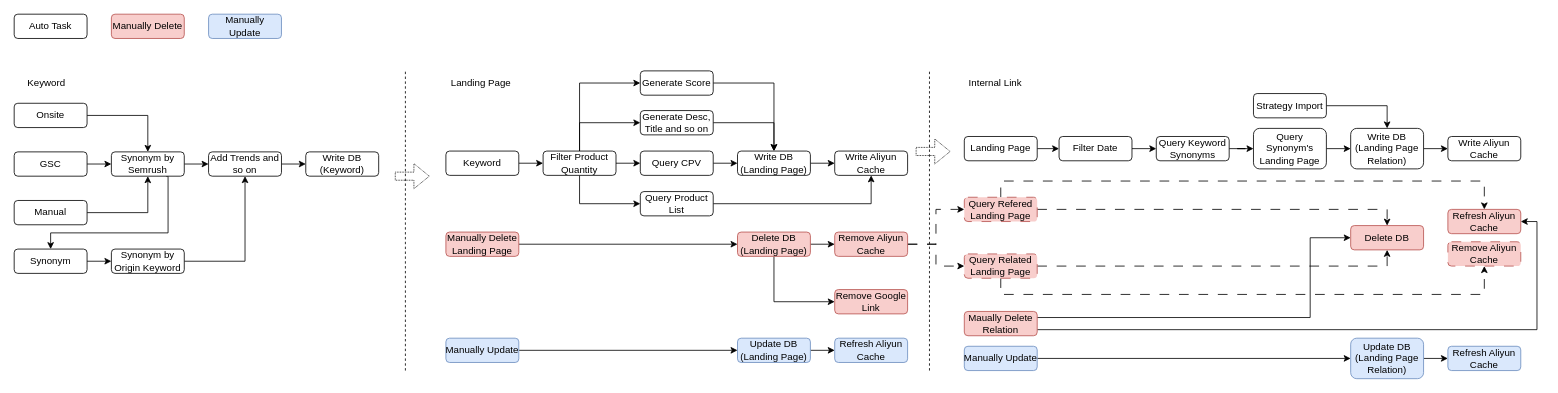
Above: drawio/internal_link.drawio in VisableHarry/seo-drawio (draw.io), before the change. Source tidied: cells renumbered, new cells numbered last; positions are measured from the earlier drawing's top-left corner, leaving out a move shared by most shapes. Both pictures are drawn from the tidied source at 81%, with x=0, y=0 at pixel (14, 14).
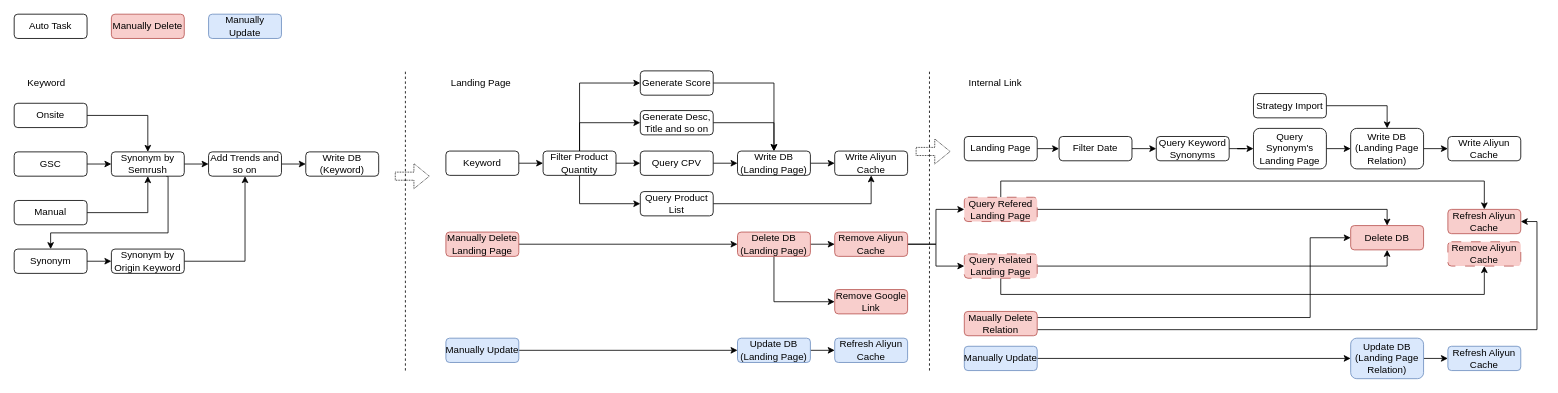
The same diagram, later.

The change refers to these unchanged cells:
```xml
<mxCell id="59" value="Remove Aliyun Cache" style="rounded=1;whiteSpace=wrap;html=1;fillColor=#f8cecc;strokeColor=#b85450;" parent="1" vertex="1">
  <mxGeometry x="1013" y="269" width="90" height="30" as="geometry" />
</mxCell>
<mxCell id="62" value="Query Refered Landing Page" style="rounded=1;whiteSpace=wrap;html=1;fillColor=#f8cecc;strokeColor=#b85450;dashed=1;dashPattern=12 12;" parent="1" vertex="1">
  <mxGeometry x="1173" y="226" width="90" height="30" as="geometry" />
</mxCell>
<mxCell id="63" value="Delete DB" style="rounded=1;whiteSpace=wrap;html=1;fillColor=#f8cecc;strokeColor=#b85450;" parent="1" vertex="1">
  <mxGeometry x="1650" y="261" width="90" height="30" as="geometry" />
</mxCell>
<mxCell id="64" value="Refresh Aliyun Cache" style="rounded=1;whiteSpace=wrap;html=1;fillColor=#f8cecc;strokeColor=#b85450;" parent="1" vertex="1">
  <mxGeometry x="1770" y="241" width="90" height="30" as="geometry" />
</mxCell>
<mxCell id="67" value="Query Related Landing Page" style="rounded=1;whiteSpace=wrap;html=1;fillColor=#f8cecc;strokeColor=#b85450;dashed=1;dashPattern=12 12;" parent="1" vertex="1">
  <mxGeometry x="1173" y="296" width="90" height="30" as="geometry" />
</mxCell>
<mxCell id="68" value="Remove Aliyun Cache" style="rounded=1;whiteSpace=wrap;html=1;fillColor=#f8cecc;strokeColor=#b85450;dashed=1;dashPattern=12 12;" parent="1" vertex="1">
  <mxGeometry x="1770" y="281" width="90" height="30" as="geometry" />
</mxCell>
```

Diff of the diagram source:
```diff
@@
-    <mxCell id="57" style="edgeStyle=orthogonalEdgeStyle;rounded=0;jettySize=auto;html=1;exitX=1;exitY=0.5;exitDx=0;exitDy=0;entryX=0;entryY=0.5;entryDx=0;entryDy=0;dashed=1;dashPattern=12 12;" parent="1" edge="1" source="59" target="62">
+    <mxCell id="57" style="edgeStyle=orthogonalEdgeStyle;rounded=0;jettySize=auto;html=1;exitX=1;exitY=0.5;exitDx=0;exitDy=0;entryX=0;entryY=0.5;entryDx=0;entryDy=0;" parent="1" edge="1" source="59" target="62">
       <mxGeometry relative="1" as="geometry" />
     </mxCell>
-    <mxCell id="58" style="edgeStyle=orthogonalEdgeStyle;rounded=0;jettySize=auto;html=1;exitX=1;exitY=0.5;exitDx=0;exitDy=0;entryX=0;entryY=0.5;entryDx=0;entryDy=0;dashed=1;dashPattern=12 12;" parent="1" edge="1" source="59" target="67">
+    <mxCell id="58" style="edgeStyle=orthogonalEdgeStyle;rounded=0;jettySize=auto;html=1;exitX=1;exitY=0.5;exitDx=0;exitDy=0;entryX=0;entryY=0.5;entryDx=0;entryDy=0;" parent="1" edge="1" source="59" target="67">
       <mxGeometry relative="1" as="geometry" />
     </mxCell>
@@
-    <mxCell id="60" style="edgeStyle=orthogonalEdgeStyle;rounded=0;jettySize=auto;html=1;exitX=0.5;exitY=0;exitDx=0;exitDy=0;entryX=0.5;entryY=0;entryDx=0;entryDy=0;dashed=1;dashPattern=12 12;" parent="1" edge="1" source="62" target="64">
+    <mxCell id="60" style="edgeStyle=orthogonalEdgeStyle;rounded=0;jettySize=auto;html=1;exitX=0.5;exitY=0;exitDx=0;exitDy=0;entryX=0.5;entryY=0;entryDx=0;entryDy=0;" parent="1" edge="1" source="62" target="64">
       <mxGeometry relative="1" as="geometry" />
     </mxCell>
-    <mxCell id="61" style="edgeStyle=orthogonalEdgeStyle;rounded=0;jettySize=auto;html=1;exitX=1;exitY=0.5;exitDx=0;exitDy=0;entryX=0.5;entryY=0;entryDx=0;entryDy=0;dashed=1;dashPattern=12 12;" parent="1" edge="1" source="62" target="63">
+    <mxCell id="61" style="edgeStyle=orthogonalEdgeStyle;rounded=0;jettySize=auto;html=1;exitX=1;exitY=0.5;exitDx=0;exitDy=0;entryX=0.5;entryY=0;entryDx=0;entryDy=0;" parent="1" edge="1" source="62" target="63">
       <mxGeometry relative="1" as="geometry" />
     </mxCell>
@@
-    <mxCell id="65" style="edgeStyle=orthogonalEdgeStyle;rounded=0;jettySize=auto;html=1;exitX=0.5;exitY=1;exitDx=0;exitDy=0;entryX=0.5;entryY=1;entryDx=0;entryDy=0;dashed=1;dashPattern=12 12;" parent="1" edge="1" source="67" target="68">
+    <mxCell id="65" style="edgeStyle=orthogonalEdgeStyle;rounded=0;jettySize=auto;html=1;exitX=0.5;exitY=1;exitDx=0;exitDy=0;entryX=0.5;entryY=1;entryDx=0;entryDy=0;" parent="1" edge="1" source="67" target="68">
       <mxGeometry relative="1" as="geometry" />
     </mxCell>
-    <mxCell id="66" style="edgeStyle=orthogonalEdgeStyle;rounded=0;jettySize=auto;html=1;exitX=1;exitY=0.5;exitDx=0;exitDy=0;entryX=0.5;entryY=1;entryDx=0;entryDy=0;dashed=1;dashPattern=12 12;" parent="1" edge="1" source="67" target="63">
+    <mxCell id="66" style="edgeStyle=orthogonalEdgeStyle;rounded=0;jettySize=auto;html=1;exitX=1;exitY=0.5;exitDx=0;exitDy=0;entryX=0.5;entryY=1;entryDx=0;entryDy=0;" parent="1" edge="1" source="67" target="63">
       <mxGeometry relative="1" as="geometry" />
     </mxCell>
```
